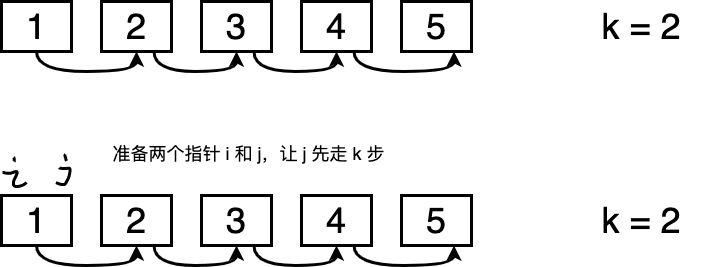
autsu/diagrams keeps this draw.io diagram as 剑指Offer22_链表中倒数第k个节点.png. Above is the earlier version. Source tidied: cells renumbered, new cells last; positions are measured from the earlier drawing's top-left corner, leaving out a move shared by most shapes.
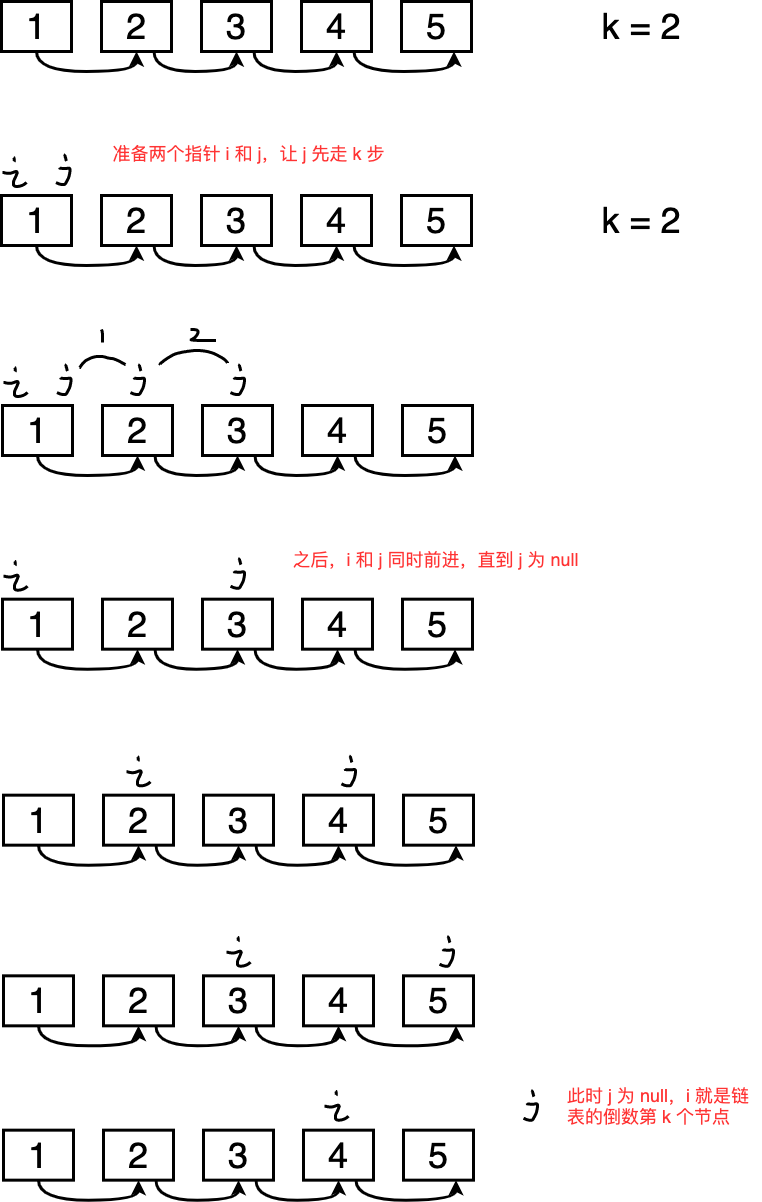
After the commit.

Commit message:
更新剑指Offer22_链表中倒数第k个节点.png

What changed in the source:
```diff
@@ -68,8 +68,188 @@
     <mxCell id="23" style="shape=(stored shape, 828 characters);fillColor=none;strokeWidth=3;" parent="1" vertex="1">
       <mxGeometry x="54.5" y="154.3" width="14" height="28.7" as="geometry" />
     </mxCell>
-    <mxCell id="24" value="&lt;font style=&quot;font-size: 18px&quot;&gt;准备两个指针 i 和 j，让 j 先走 k 步&lt;/font&gt;" style="text;html=1;align=center;verticalAlign=middle;fillColor=none;strokeColor=none;rounded=0;" parent="1" vertex="1">
+    <mxCell id="24" value="&lt;font style=&quot;font-size: 18px&quot; color=&quot;#ff3333&quot;&gt;准备两个指针 i 和 j，让 j 先走 k 步&lt;/font&gt;" style="text;html=1;align=center;verticalAlign=middle;fillColor=none;strokeColor=none;rounded=0;" parent="1" vertex="1">
       <mxGeometry x="100" y="138" width="294" height="28" as="geometry" />
     </mxCell>
+    <mxCell id="25" style="edgeStyle=orthogonalEdgeStyle;rounded=0;jettySize=auto;html=1;exitX=0.5;exitY=1;exitDx=0;exitDy=0;entryX=0.5;entryY=1;entryDx=0;entryDy=0;curved=1;strokeWidth=3;" parent="1" edge="1" source="26" target="28">
+      <mxGeometry relative="1" as="geometry" />
+    </mxCell>
+    <mxCell id="26" value="&lt;font style=&quot;font-size: 36px&quot;&gt;1&lt;/font&gt;" style="rounded=0;whiteSpace=wrap;html=1;strokeWidth=3;" parent="1" vertex="1">
+      <mxGeometry x="1" y="404" width="70" height="50" as="geometry" />
+    </mxCell>
+    <mxCell id="27" style="edgeStyle=orthogonalEdgeStyle;curved=1;rounded=0;jettySize=auto;html=1;exitX=0.75;exitY=1;exitDx=0;exitDy=0;entryX=0.5;entryY=1;entryDx=0;entryDy=0;strokeWidth=3;" parent="1" edge="1" source="28" target="30">
+      <mxGeometry relative="1" as="geometry" />
+    </mxCell>
+    <mxCell id="28" value="&lt;font style=&quot;font-size: 36px&quot;&gt;2&lt;/font&gt;" style="rounded=0;whiteSpace=wrap;html=1;strokeWidth=3;" parent="1" vertex="1">
+      <mxGeometry x="101" y="404" width="70" height="50" as="geometry" />
+    </mxCell>
+    <mxCell id="29" style="edgeStyle=orthogonalEdgeStyle;curved=1;rounded=0;jettySize=auto;html=1;exitX=0.75;exitY=1;exitDx=0;exitDy=0;entryX=0.5;entryY=1;entryDx=0;entryDy=0;strokeWidth=3;" parent="1" edge="1" source="30" target="32">
+      <mxGeometry relative="1" as="geometry" />
+    </mxCell>
+    <mxCell id="30" value="&lt;font style=&quot;font-size: 36px&quot;&gt;3&lt;/font&gt;" style="rounded=0;whiteSpace=wrap;html=1;strokeWidth=3;" parent="1" vertex="1">
+      <mxGeometry x="201" y="404" width="70" height="50" as="geometry" />
+    </mxCell>
+    <mxCell id="31" style="edgeStyle=orthogonalEdgeStyle;curved=1;rounded=0;jettySize=auto;html=1;exitX=0.75;exitY=1;exitDx=0;exitDy=0;entryX=0.75;entryY=1;entryDx=0;entryDy=0;strokeWidth=3;" parent="1" edge="1" source="32" target="33">
+      <mxGeometry relative="1" as="geometry" />
+    </mxCell>
+    <mxCell id="32" value="&lt;font style=&quot;font-size: 36px&quot;&gt;4&lt;/font&gt;" style="rounded=0;whiteSpace=wrap;html=1;strokeWidth=3;" parent="1" vertex="1">
+      <mxGeometry x="301" y="404" width="70" height="50" as="geometry" />
+    </mxCell>
+    <mxCell id="33" value="&lt;font style=&quot;font-size: 36px&quot;&gt;5&lt;/font&gt;" style="rounded=0;whiteSpace=wrap;html=1;strokeWidth=3;" parent="1" vertex="1">
+      <mxGeometry x="401" y="404" width="70" height="50" as="geometry" />
+    </mxCell>
+    <mxCell id="34" style="shape=(stored shape, 844 characters);fillColor=none;strokeWidth=3;" parent="1" vertex="1">
+      <mxGeometry x="2" y="366" width="24" height="29" as="geometry" />
+    </mxCell>
+    <mxCell id="35" style="shape=(stored shape, 828 characters);fillColor=none;strokeWidth=3;" parent="1" vertex="1">
+      <mxGeometry x="55.5" y="364.3" width="14" height="28.7" as="geometry" />
+    </mxCell>
+    <mxCell id="36" style="shape=(stored shape, 828 characters);fillColor=none;strokeWidth=3;" parent="1" vertex="1">
+      <mxGeometry x="129" y="364.3" width="14" height="28.7" as="geometry" />
+    </mxCell>
+    <mxCell id="37" style="shape=(stored shape, 828 characters);fillColor=none;strokeWidth=3;" parent="1" vertex="1">
+      <mxGeometry x="229" y="364.3" width="14" height="28.7" as="geometry" />
+    </mxCell>
+    <mxCell id="38" style="shape=(stored shape, 2020 characters);fillColor=none;strokeWidth=3;" parent="1" vertex="1">
+      <mxGeometry x="78" y="328" width="148" height="38" as="geometry" />
+    </mxCell>
+    <mxCell id="39" style="edgeStyle=orthogonalEdgeStyle;rounded=0;jettySize=auto;html=1;exitX=0.5;exitY=1;exitDx=0;exitDy=0;entryX=0.5;entryY=1;entryDx=0;entryDy=0;curved=1;strokeWidth=3;" parent="1" edge="1" source="40" target="42">
+      <mxGeometry relative="1" as="geometry" />
+    </mxCell>
+    <mxCell id="40" value="&lt;font style=&quot;font-size: 36px&quot;&gt;1&lt;/font&gt;" style="rounded=0;whiteSpace=wrap;html=1;strokeWidth=3;" parent="1" vertex="1">
+      <mxGeometry x="1" y="597.7" width="70" height="50" as="geometry" />
+    </mxCell>
+    <mxCell id="41" style="edgeStyle=orthogonalEdgeStyle;curved=1;rounded=0;jettySize=auto;html=1;exitX=0.75;exitY=1;exitDx=0;exitDy=0;entryX=0.5;entryY=1;entryDx=0;entryDy=0;strokeWidth=3;" parent="1" edge="1" source="42" target="44">
+      <mxGeometry relative="1" as="geometry" />
+    </mxCell>
+    <mxCell id="42" value="&lt;font style=&quot;font-size: 36px&quot;&gt;2&lt;/font&gt;" style="rounded=0;whiteSpace=wrap;html=1;strokeWidth=3;" parent="1" vertex="1">
+      <mxGeometry x="101" y="597.7" width="70" height="50" as="geometry" />
+    </mxCell>
+    <mxCell id="43" style="edgeStyle=orthogonalEdgeStyle;curved=1;rounded=0;jettySize=auto;html=1;exitX=0.75;exitY=1;exitDx=0;exitDy=0;entryX=0.5;entryY=1;entryDx=0;entryDy=0;strokeWidth=3;" parent="1" edge="1" source="44" target="46">
+      <mxGeometry relative="1" as="geometry" />
+    </mxCell>
+    <mxCell id="44" value="&lt;font style=&quot;font-size: 36px&quot;&gt;3&lt;/font&gt;" style="rounded=0;whiteSpace=wrap;html=1;strokeWidth=3;" parent="1" vertex="1">
+      <mxGeometry x="201" y="597.7" width="70" height="50" as="geometry" />
+    </mxCell>
+    <mxCell id="45" style="edgeStyle=orthogonalEdgeStyle;curved=1;rounded=0;jettySize=auto;html=1;exitX=0.75;exitY=1;exitDx=0;exitDy=0;entryX=0.75;entryY=1;entryDx=0;entryDy=0;strokeWidth=3;" parent="1" edge="1" source="46" target="47">
+      <mxGeometry relative="1" as="geometry" />
+    </mxCell>
+    <mxCell id="46" value="&lt;font style=&quot;font-size: 36px&quot;&gt;4&lt;/font&gt;" style="rounded=0;whiteSpace=wrap;html=1;strokeWidth=3;" parent="1" vertex="1">
+      <mxGeometry x="301" y="597.7" width="70" height="50" as="geometry" />
+    </mxCell>
+    <mxCell id="47" value="&lt;font style=&quot;font-size: 36px&quot;&gt;5&lt;/font&gt;" style="rounded=0;whiteSpace=wrap;html=1;strokeWidth=3;" parent="1" vertex="1">
+      <mxGeometry x="401" y="597.7" width="70" height="50" as="geometry" />
+    </mxCell>
+    <mxCell id="48" style="shape=(stored shape, 844 characters);fillColor=none;strokeWidth=3;" parent="1" vertex="1">
+      <mxGeometry x="2" y="559.7" width="24" height="29" as="geometry" />
+    </mxCell>
+    <mxCell id="49" style="shape=(stored shape, 828 characters);fillColor=none;strokeWidth=3;" parent="1" vertex="1">
+      <mxGeometry x="229" y="558" width="14" height="28.7" as="geometry" />
+    </mxCell>
+    <mxCell id="50" value="&lt;font style=&quot;font-size: 18px&quot; color=&quot;#ff3333&quot;&gt;之后，i 和 j 同时前进，直到 j 为 null&lt;/font&gt;" style="text;html=1;align=center;verticalAlign=middle;fillColor=none;strokeColor=none;rounded=0;" parent="1" vertex="1">
+      <mxGeometry x="280" y="544" width="308" height="28" as="geometry" />
+    </mxCell>
+    <mxCell id="51" style="edgeStyle=orthogonalEdgeStyle;rounded=0;jettySize=auto;html=1;exitX=0.5;exitY=1;exitDx=0;exitDy=0;entryX=0.5;entryY=1;entryDx=0;entryDy=0;curved=1;strokeWidth=3;" parent="1" edge="1" source="52" target="54">
+      <mxGeometry relative="1" as="geometry" />
+    </mxCell>
+    <mxCell id="52" value="&lt;font style=&quot;font-size: 36px&quot;&gt;1&lt;/font&gt;" style="rounded=0;whiteSpace=wrap;html=1;strokeWidth=3;" parent="1" vertex="1">
+      <mxGeometry x="2" y="793.7" width="70" height="50" as="geometry" />
+    </mxCell>
+    <mxCell id="53" style="edgeStyle=orthogonalEdgeStyle;curved=1;rounded=0;jettySize=auto;html=1;exitX=0.75;exitY=1;exitDx=0;exitDy=0;entryX=0.5;entryY=1;entryDx=0;entryDy=0;strokeWidth=3;" parent="1" edge="1" source="54" target="56">
+      <mxGeometry relative="1" as="geometry" />
+    </mxCell>
+    <mxCell id="54" value="&lt;font style=&quot;font-size: 36px&quot;&gt;2&lt;/font&gt;" style="rounded=0;whiteSpace=wrap;html=1;strokeWidth=3;" parent="1" vertex="1">
+      <mxGeometry x="102" y="793.7" width="70" height="50" as="geometry" />
+    </mxCell>
+    <mxCell id="55" style="edgeStyle=orthogonalEdgeStyle;curved=1;rounded=0;jettySize=auto;html=1;exitX=0.75;exitY=1;exitDx=0;exitDy=0;entryX=0.5;entryY=1;entryDx=0;entryDy=0;strokeWidth=3;" parent="1" edge="1" source="56" target="58">
+      <mxGeometry relative="1" as="geometry" />
+    </mxCell>
+    <mxCell id="56" value="&lt;font style=&quot;font-size: 36px&quot;&gt;3&lt;/font&gt;" style="rounded=0;whiteSpace=wrap;html=1;strokeWidth=3;" parent="1" vertex="1">
+      <mxGeometry x="202" y="793.7" width="70" height="50" as="geometry" />
+    </mxCell>
+    <mxCell id="57" style="edgeStyle=orthogonalEdgeStyle;curved=1;rounded=0;jettySize=auto;html=1;exitX=0.75;exitY=1;exitDx=0;exitDy=0;entryX=0.75;entryY=1;entryDx=0;entryDy=0;strokeWidth=3;" parent="1" edge="1" source="58" target="59">
+      <mxGeometry relative="1" as="geometry" />
+    </mxCell>
+    <mxCell id="58" value="&lt;font style=&quot;font-size: 36px&quot;&gt;4&lt;/font&gt;" style="rounded=0;whiteSpace=wrap;html=1;strokeWidth=3;" parent="1" vertex="1">
+      <mxGeometry x="302" y="793.7" width="70" height="50" as="geometry" />
+    </mxCell>
+    <mxCell id="59" value="&lt;font style=&quot;font-size: 36px&quot;&gt;5&lt;/font&gt;" style="rounded=0;whiteSpace=wrap;html=1;strokeWidth=3;" parent="1" vertex="1">
+      <mxGeometry x="402" y="793.7" width="70" height="50" as="geometry" />
+    </mxCell>
+    <mxCell id="60" style="shape=(stored shape, 844 characters);fillColor=none;strokeWidth=3;" parent="1" vertex="1">
+      <mxGeometry x="125" y="755.3" width="24" height="29" as="geometry" />
+    </mxCell>
+    <mxCell id="61" style="shape=(stored shape, 828 characters);fillColor=none;strokeWidth=3;" parent="1" vertex="1">
+      <mxGeometry x="340" y="755.7" width="14" height="28.7" as="geometry" />
+    </mxCell>
+    <mxCell id="62" style="edgeStyle=orthogonalEdgeStyle;rounded=0;jettySize=auto;html=1;exitX=0.5;exitY=1;exitDx=0;exitDy=0;entryX=0.5;entryY=1;entryDx=0;entryDy=0;curved=1;strokeWidth=3;" parent="1" edge="1" source="63" target="65">
+      <mxGeometry relative="1" as="geometry" />
+    </mxCell>
+    <mxCell id="63" value="&lt;font style=&quot;font-size: 36px&quot;&gt;1&lt;/font&gt;" style="rounded=0;whiteSpace=wrap;html=1;strokeWidth=3;" parent="1" vertex="1">
+      <mxGeometry x="2" y="974.3" width="70" height="50" as="geometry" />
+    </mxCell>
+    <mxCell id="64" style="edgeStyle=orthogonalEdgeStyle;curved=1;rounded=0;jettySize=auto;html=1;exitX=0.75;exitY=1;exitDx=0;exitDy=0;entryX=0.5;entryY=1;entryDx=0;entryDy=0;strokeWidth=3;" parent="1" edge="1" source="65" target="67">
+      <mxGeometry relative="1" as="geometry" />
+    </mxCell>
+    <mxCell id="65" value="&lt;font style=&quot;font-size: 36px&quot;&gt;2&lt;/font&gt;" style="rounded=0;whiteSpace=wrap;html=1;strokeWidth=3;" parent="1" vertex="1">
+      <mxGeometry x="102" y="974.3" width="70" height="50" as="geometry" />
+    </mxCell>
+    <mxCell id="66" style="edgeStyle=orthogonalEdgeStyle;curved=1;rounded=0;jettySize=auto;html=1;exitX=0.75;exitY=1;exitDx=0;exitDy=0;entryX=0.5;entryY=1;entryDx=0;entryDy=0;strokeWidth=3;" parent="1" edge="1" source="67" target="69">
+      <mxGeometry relative="1" as="geometry" />
+    </mxCell>
+    <mxCell id="67" value="&lt;font style=&quot;font-size: 36px&quot;&gt;3&lt;/font&gt;" style="rounded=0;whiteSpace=wrap;html=1;strokeWidth=3;" parent="1" vertex="1">
+      <mxGeometry x="202" y="974.3" width="70" height="50" as="geometry" />
+    </mxCell>
+    <mxCell id="68" style="edgeStyle=orthogonalEdgeStyle;curved=1;rounded=0;jettySize=auto;html=1;exitX=0.75;exitY=1;exitDx=0;exitDy=0;entryX=0.75;entryY=1;entryDx=0;entryDy=0;strokeWidth=3;" parent="1" edge="1" source="69" target="70">
+      <mxGeometry relative="1" as="geometry" />
+    </mxCell>
+    <mxCell id="69" value="&lt;font style=&quot;font-size: 36px&quot;&gt;4&lt;/font&gt;" style="rounded=0;whiteSpace=wrap;html=1;strokeWidth=3;" parent="1" vertex="1">
+      <mxGeometry x="302" y="974.3" width="70" height="50" as="geometry" />
+    </mxCell>
+    <mxCell id="70" value="&lt;font style=&quot;font-size: 36px&quot;&gt;5&lt;/font&gt;" style="rounded=0;whiteSpace=wrap;html=1;strokeWidth=3;" parent="1" vertex="1">
+      <mxGeometry x="402" y="974.3" width="70" height="50" as="geometry" />
+    </mxCell>
+    <mxCell id="71" style="shape=(stored shape, 844 characters);fillColor=none;strokeWidth=3;" parent="1" vertex="1">
+      <mxGeometry x="225" y="935.7" width="24" height="29" as="geometry" />
+    </mxCell>
+    <mxCell id="72" style="shape=(stored shape, 828 characters);fillColor=none;strokeWidth=3;" parent="1" vertex="1">
+      <mxGeometry x="438" y="936" width="14" height="28.7" as="geometry" />
+    </mxCell>
+    <mxCell id="73" style="edgeStyle=orthogonalEdgeStyle;rounded=0;jettySize=auto;html=1;exitX=0.5;exitY=1;exitDx=0;exitDy=0;entryX=0.5;entryY=1;entryDx=0;entryDy=0;curved=1;strokeWidth=3;" parent="1" edge="1" source="74" target="76">
+      <mxGeometry relative="1" as="geometry" />
+    </mxCell>
+    <mxCell id="74" value="&lt;font style=&quot;font-size: 36px&quot;&gt;1&lt;/font&gt;" style="rounded=0;whiteSpace=wrap;html=1;strokeWidth=3;" parent="1" vertex="1">
+      <mxGeometry x="2" y="1128.7" width="70" height="50" as="geometry" />
+    </mxCell>
+    <mxCell id="75" style="edgeStyle=orthogonalEdgeStyle;curved=1;rounded=0;jettySize=auto;html=1;exitX=0.75;exitY=1;exitDx=0;exitDy=0;entryX=0.5;entryY=1;entryDx=0;entryDy=0;strokeWidth=3;" parent="1" edge="1" source="76" target="78">
+      <mxGeometry relative="1" as="geometry" />
+    </mxCell>
+    <mxCell id="76" value="&lt;font style=&quot;font-size: 36px&quot;&gt;2&lt;/font&gt;" style="rounded=0;whiteSpace=wrap;html=1;strokeWidth=3;" parent="1" vertex="1">
+      <mxGeometry x="102" y="1128.7" width="70" height="50" as="geometry" />
+    </mxCell>
+    <mxCell id="77" style="edgeStyle=orthogonalEdgeStyle;curved=1;rounded=0;jettySize=auto;html=1;exitX=0.75;exitY=1;exitDx=0;exitDy=0;entryX=0.5;entryY=1;entryDx=0;entryDy=0;strokeWidth=3;" parent="1" edge="1" source="78" target="80">
+      <mxGeometry relative="1" as="geometry" />
+    </mxCell>
+    <mxCell id="78" value="&lt;font style=&quot;font-size: 36px&quot;&gt;3&lt;/font&gt;" style="rounded=0;whiteSpace=wrap;html=1;strokeWidth=3;" parent="1" vertex="1">
+      <mxGeometry x="202" y="1128.7" width="70" height="50" as="geometry" />
+    </mxCell>
+    <mxCell id="79" style="edgeStyle=orthogonalEdgeStyle;curved=1;rounded=0;jettySize=auto;html=1;exitX=0.75;exitY=1;exitDx=0;exitDy=0;entryX=0.75;entryY=1;entryDx=0;entryDy=0;strokeWidth=3;" parent="1" edge="1" source="80" target="81">
+      <mxGeometry relative="1" as="geometry" />
+    </mxCell>
+    <mxCell id="80" value="&lt;font style=&quot;font-size: 36px&quot;&gt;4&lt;/font&gt;" style="rounded=0;whiteSpace=wrap;html=1;strokeWidth=3;" parent="1" vertex="1">
+      <mxGeometry x="302" y="1128.7" width="70" height="50" as="geometry" />
+    </mxCell>
+    <mxCell id="81" value="&lt;font style=&quot;font-size: 36px&quot;&gt;5&lt;/font&gt;" style="rounded=0;whiteSpace=wrap;html=1;strokeWidth=3;" parent="1" vertex="1">
+      <mxGeometry x="402" y="1128.7" width="70" height="50" as="geometry" />
+    </mxCell>
+    <mxCell id="82" style="shape=(stored shape, 844 characters);fillColor=none;strokeWidth=3;" parent="1" vertex="1">
+      <mxGeometry x="323" y="1089.7" width="24" height="29" as="geometry" />
+    </mxCell>
+    <mxCell id="83" style="shape=(stored shape, 828 characters);fillColor=none;strokeWidth=3;" parent="1" vertex="1">
+      <mxGeometry x="522" y="1090" width="14" height="28.7" as="geometry" />
+    </mxCell>
+    <mxCell id="84" value="&lt;span style=&quot;color: rgb(255 , 51 , 51) ; font-size: 18px&quot;&gt;此时 j 为 null，i 就是链表的倒数&lt;/span&gt;&lt;span style=&quot;color: rgb(255 , 51 , 51) ; font-size: 18px&quot;&gt;第 k 个节点&lt;/span&gt;" style="text;html=1;strokeColor=none;fillColor=none;align=left;verticalAlign=middle;whiteSpace=wrap;rounded=0;" parent="1" vertex="1">
+      <mxGeometry x="564" y="1089.7" width="196" height="28" as="geometry" />
+    </mxCell>
   </root>
 </mxGraphModel>
```
